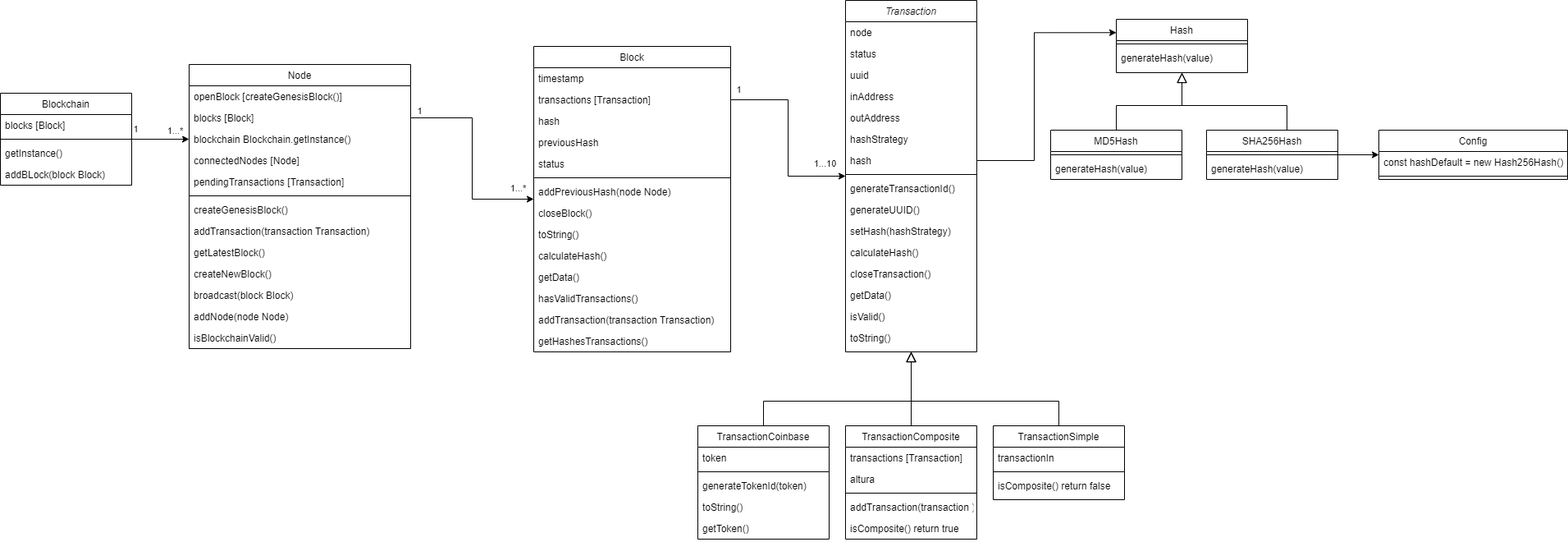
JuanPMurdolo/Tyh-2023-Grupo1 keeps this draw.io diagram as Diagrama.drawio.png. Above is the earlier version. Source tidied: cells renumbered, new cells last; positions are measured from the earlier drawing's top-left corner, leaving out a move shared by most shapes.
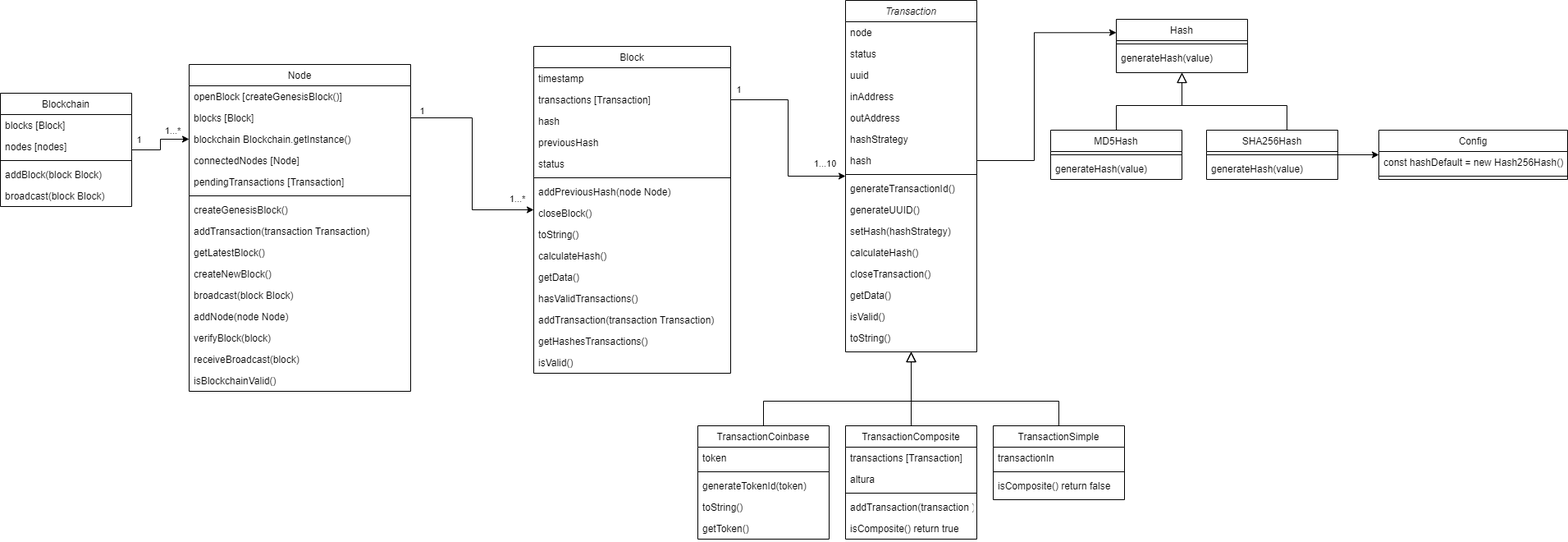
Above is the later version.

Commit message:
diagrama de clases se saca el Singleton

Change to the diagram source:
```diff
@@ -100,7 +100,7 @@
       <mxGeometry relative="1" as="geometry" />
     </mxCell>
     <mxCell id="33" value="Block" style="swimlane;fontStyle=0;align=center;verticalAlign=top;horizontal=1;startSize=26;rounded=0;shadow=0;strokeWidth=1;" parent="1" vertex="1">
-      <mxGeometry x="650" y="56" width="240" height="372" as="geometry" />
+      <mxGeometry x="650" y="56" width="240" height="398" as="geometry" />
     </mxCell>
     <mxCell id="34" value="timestamp" style="text;align=left;verticalAlign=top;spacingLeft=4;spacingRight=4;overflow=hidden;" parent="33" vertex="1">
       <mxGeometry y="26" width="240" height="26" as="geometry" />
@@ -144,8 +144,11 @@
     <mxCell id="47" value="getHashesTransactions()" style="text;align=left;verticalAlign=top;spacingLeft=4;spacingRight=4;overflow=hidden;" parent="33" vertex="1">
       <mxGeometry y="346" width="240" height="26" as="geometry" />
     </mxCell>
+    <mxCell id="97" value="isValid()" style="text;align=left;verticalAlign=top;spacingLeft=4;spacingRight=4;overflow=hidden;" parent="33" vertex="1">
+      <mxGeometry y="372" width="240" height="26" as="geometry" />
+    </mxCell>
     <mxCell id="48" value="Node" style="swimlane;fontStyle=0;align=center;verticalAlign=top;horizontal=1;startSize=26;rounded=0;shadow=0;strokeWidth=1;" parent="1" vertex="1">
-      <mxGeometry x="230" y="78" width="270" height="346" as="geometry" />
+      <mxGeometry x="230" y="78" width="270" height="398" as="geometry" />
     </mxCell>
     <mxCell id="49" value="openBlock [createGenesisBlock()]" style="text;align=left;verticalAlign=top;spacingLeft=4;spacingRight=4;overflow=hidden;" parent="48" vertex="1">
       <mxGeometry y="26" width="270" height="26" as="geometry" />
@@ -183,8 +186,14 @@
     <mxCell id="60" value="addNode(node Node)" style="text;align=left;verticalAlign=top;spacingLeft=4;spacingRight=4;overflow=hidden;" parent="48" vertex="1">
       <mxGeometry y="294" width="270" height="26" as="geometry" />
     </mxCell>
+    <mxCell id="98" value="verifyBlock(block)" style="text;align=left;verticalAlign=top;spacingLeft=4;spacingRight=4;overflow=hidden;" parent="48" vertex="1">
+      <mxGeometry y="320" width="270" height="26" as="geometry" />
+    </mxCell>
+    <mxCell id="99" value="receiveBroadcast(block)" style="text;align=left;verticalAlign=top;spacingLeft=4;spacingRight=4;overflow=hidden;" parent="48" vertex="1">
+      <mxGeometry y="346" width="270" height="26" as="geometry" />
+    </mxCell>
     <mxCell id="61" value="isBlockchainValid()" style="text;align=left;verticalAlign=top;spacingLeft=4;spacingRight=4;overflow=hidden;" parent="48" vertex="1">
-      <mxGeometry y="320" width="270" height="26" as="geometry" />
+      <mxGeometry y="372" width="270" height="26" as="geometry" />
     </mxCell>
     <mxCell id="62" style="edgeStyle=orthogonalEdgeStyle;rounded=0;jettySize=auto;html=1;entryX=0;entryY=0.5;entryDx=0;entryDy=0;" parent="1" edge="1" source="65" target="51">
       <mxGeometry relative="1" as="geometry" />
@@ -200,20 +209,23 @@
       </mxGeometry>
     </mxCell>
     <mxCell id="65" value="Blockchain" style="swimlane;fontStyle=0;align=center;verticalAlign=top;horizontal=1;startSize=26;rounded=0;shadow=0;strokeWidth=1;" parent="1" vertex="1">
-      <mxGeometry y="113" width="160" height="112" as="geometry" />
+      <mxGeometry y="113" width="160" height="138" as="geometry" />
     </mxCell>
     <mxCell id="66" value="blocks [Block] " style="text;align=left;verticalAlign=top;spacingLeft=4;spacingRight=4;overflow=hidden;" parent="65" vertex="1">
       <mxGeometry y="26" width="160" height="26" as="geometry" />
     </mxCell>
+    <mxCell id="100" value="nodes [nodes]" style="text;align=left;verticalAlign=top;spacingLeft=4;spacingRight=4;overflow=hidden;" parent="65" vertex="1">
+      <mxGeometry y="52" width="160" height="26" as="geometry" />
+    </mxCell>
     <mxCell id="67" style="line;html=1;strokeWidth=1;align=left;verticalAlign=middle;spacingTop=-1;spacingLeft=3;spacingRight=3;labelPosition=right;" parent="65" vertex="1">
-      <mxGeometry y="52" width="160" height="8" as="geometry" />
+      <mxGeometry y="78" width="160" height="8" as="geometry" />
     </mxCell>
-    <mxCell id="68" value="getInstance()" style="text;align=left;verticalAlign=top;spacingLeft=4;spacingRight=4;overflow=hidden;" parent="65" vertex="1">
-      <mxGeometry y="60" width="160" height="26" as="geometry" />
-    </mxCell>
-    <mxCell id="69" value="addBLock(block Block)" style="text;align=left;verticalAlign=top;spacingLeft=4;spacingRight=4;overflow=hidden;" parent="65" vertex="1">
+    <mxCell id="69" value="addBlock(block Block)" style="text;align=left;verticalAlign=top;spacingLeft=4;spacingRight=4;overflow=hidden;" parent="65" vertex="1">
       <mxGeometry y="86" width="160" height="26" as="geometry" />
     </mxCell>
+    <mxCell id="101" value="broadcast(block Block)" style="text;align=left;verticalAlign=top;spacingLeft=4;spacingRight=4;overflow=hidden;" parent="65" vertex="1">
+      <mxGeometry y="112" width="160" height="26" as="geometry" />
+    </mxCell>
     <mxCell id="70" value="TransactionSimple" style="swimlane;fontStyle=0;align=center;verticalAlign=top;horizontal=1;startSize=26;rounded=0;shadow=0;strokeWidth=1;" parent="1" vertex="1">
       <mxGeometry x="1210" y="518" width="160" height="90" as="geometry" />
     </mxCell>
```
